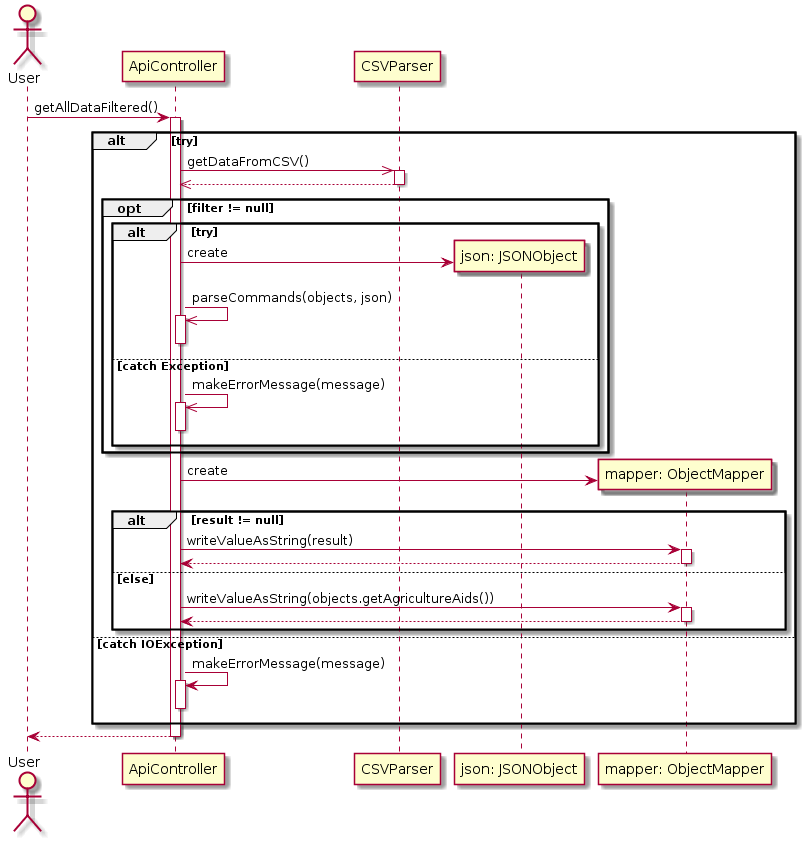
Before: filtroseq.png, a diagram exported from PlantUML (Asso-Di-Picche/ProgettoOOP).
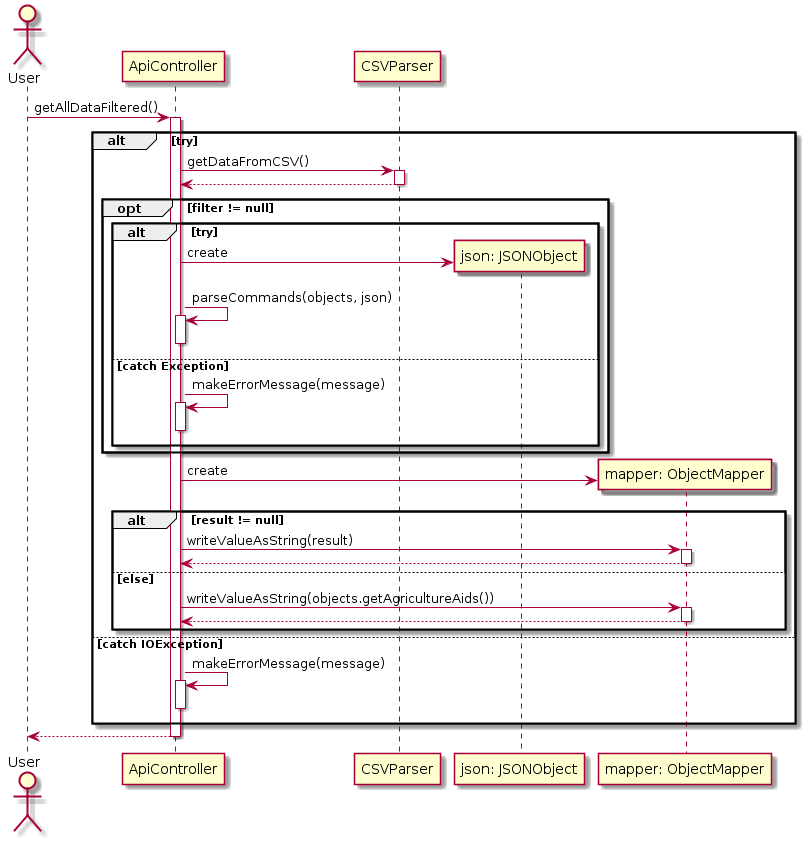
The same file after the commit.

Commit message:
add UML elements

Diff of the diagram source:
```diff
@@ -3,18 +3,18 @@
 User -> ApiController: getAllDataFiltered()
 activate ApiController
 alt try
-    ApiController->>CSVParser: getDataFromCSV()
+    ApiController->CSVParser: getDataFromCSV()
     activate CSVParser
-    CSVParser-->>ApiController:
+    CSVParser-->ApiController:
     deactivate CSVParser
     opt filter != null
         alt try
             ApiController -> "json: JSONObject" ** : create
-            ApiController ->> ApiController: parseCommands(objects, json)
+            ApiController -> ApiController: parseCommands(objects, json)
             activate ApiController
             deactivate ApiController
         else catch Exception
-            ApiController ->> ApiController: makeErrorMessage(message)
+            ApiController -> ApiController: makeErrorMessage(message)
             activate ApiController
             deactivate ApiController
         end
```
